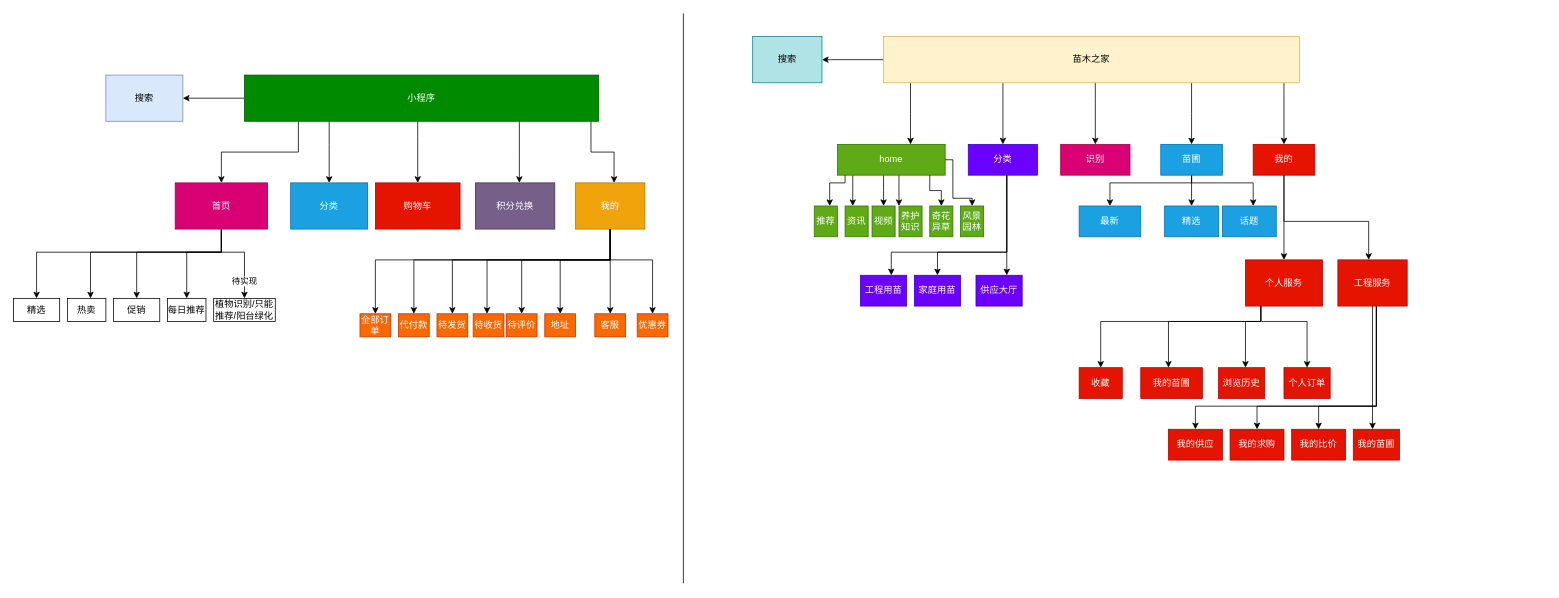
Above: 未命名绘图.drawio in kookwe/learn (draw.io), before the change. Source tidied: cells renumbered, new cells numbered last; positions are measured from the earlier drawing's top-left corner, leaving out a move shared by most shapes. Both pictures are drawn from the tidied source at 77%, with x=0, y=0 at pixel (13, 13).
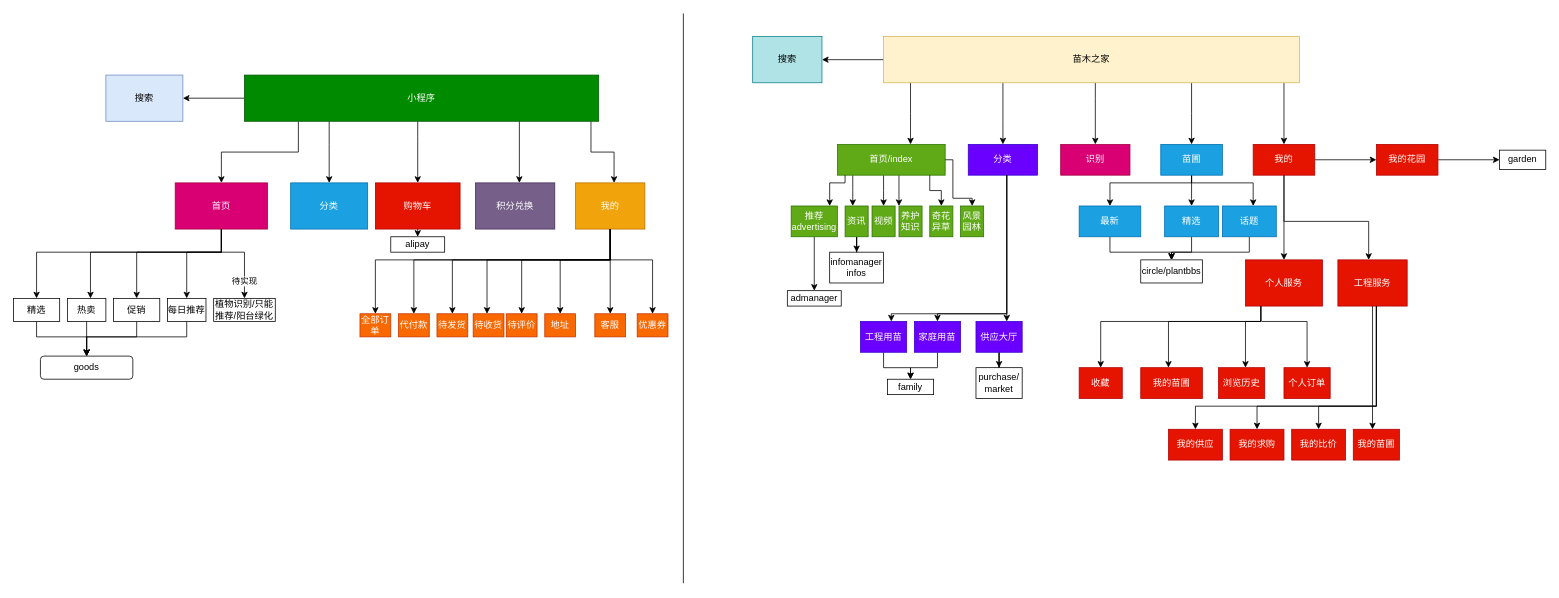
Above is the later version.

Unchanged cells that the change refers to:
```xml
<mxCell id="10" value="分类" style="rounded=0;whiteSpace=wrap;html=1;fillColor=#6a00ff;strokeColor=#3700CC;fontColor=#ffffff;" parent="1" vertex="1">
  <mxGeometry x="1240" y="170" width="90" height="40" as="geometry" />
</mxCell>
<mxCell id="16" value="精选" style="rounded=0;whiteSpace=wrap;html=1;fillColor=#1ba1e2;strokeColor=#006EAF;fontColor=#ffffff;" parent="1" vertex="1">
  <mxGeometry x="1495" y="250" width="70" height="40" as="geometry" />
</mxCell>
<mxCell id="18" value="我的" style="rounded=0;whiteSpace=wrap;html=1;fillColor=#e51400;strokeColor=#B20000;fontColor=#ffffff;" parent="1" vertex="1">
  <mxGeometry x="1610" y="170" width="80" height="40" as="geometry" />
</mxCell>
<mxCell id="26" value="资讯" style="rounded=0;whiteSpace=wrap;html=1;fillColor=#60a917;strokeColor=#2D7600;fontColor=#ffffff;" parent="1" vertex="1">
  <mxGeometry x="1080" y="250" width="30" height="40" as="geometry" />
</mxCell>
<mxCell id="38" value="最新" style="rounded=0;whiteSpace=wrap;html=1;fillColor=#1ba1e2;strokeColor=#006EAF;fontColor=#ffffff;" parent="1" vertex="1">
  <mxGeometry x="1384" y="250" width="80" height="40" as="geometry" />
</mxCell>
<mxCell id="39" value="话题" style="rounded=0;whiteSpace=wrap;html=1;fillColor=#1ba1e2;strokeColor=#006EAF;fontColor=#ffffff;" parent="1" vertex="1">
  <mxGeometry x="1570" y="250" width="70" height="40" as="geometry" />
</mxCell>
<mxCell id="67" value="购物车" style="rounded=0;whiteSpace=wrap;html=1;fillColor=#e51400;strokeColor=#B20000;fontColor=#ffffff;" parent="1" vertex="1">
  <mxGeometry x="470" y="220" width="110" height="60" as="geometry" />
</mxCell>
<mxCell id="79" value="每日推荐" style="rounded=0;whiteSpace=wrap;html=1;" parent="1" vertex="1">
  <mxGeometry x="200" y="370" width="50" height="30" as="geometry" />
</mxCell>
<mxCell id="82" value="精选" style="rounded=0;whiteSpace=wrap;html=1;" parent="1" vertex="1">
  <mxGeometry y="370" width="60" height="30" as="geometry" />
</mxCell>
<mxCell id="83" value="热卖" style="rounded=0;whiteSpace=wrap;html=1;" parent="1" vertex="1">
  <mxGeometry x="70" y="370" width="50" height="30" as="geometry" />
</mxCell>
<mxCell id="84" value="促销" style="rounded=0;whiteSpace=wrap;html=1;" parent="1" vertex="1">
  <mxGeometry x="130" y="370" width="60" height="30" as="geometry" />
</mxCell>
```

The edit, as a diff of the source:
```diff
@@
+    <mxCell id="100" style="edgeStyle=orthogonalEdgeStyle;rounded=0;jettySize=auto;html=1;" parent="1" edge="1" source="11" target="101">
+      <mxGeometry relative="1" as="geometry" />
+    </mxCell>
     <mxCell id="11" value="工程用苗" style="rounded=0;whiteSpace=wrap;html=1;fillColor=#6a00ff;strokeColor=#3700CC;fontColor=#ffffff;" parent="1" vertex="1">
-      <mxGeometry x="1100" y="340" width="60" height="40" as="geometry" />
+      <mxGeometry x="1100" y="400" width="60" height="40" as="geometry" />
     </mxCell>
+    <mxCell id="101" value="family" style="rounded=0;whiteSpace=wrap;html=1;fillColor=none;" parent="1" vertex="1">
+      <mxGeometry x="1135" y="475" width="60" height="20" as="geometry" />
+    </mxCell>
@@
+    <mxCell id="102" style="edgeStyle=orthogonalEdgeStyle;rounded=0;jettySize=auto;html=1;" parent="1" edge="1" source="16" target="115">
+      <mxGeometry relative="1" as="geometry" />
+    </mxCell>
@@
+    <mxCell id="103" style="edgeStyle=orthogonalEdgeStyle;rounded=0;jettySize=auto;html=1;" parent="1" edge="1" source="18" target="105">
+      <mxGeometry relative="1" as="geometry" />
+    </mxCell>
@@
+    <mxCell id="104" style="edgeStyle=orthogonalEdgeStyle;rounded=0;jettySize=auto;html=1;" parent="1" edge="1" source="105" target="106">
+      <mxGeometry relative="1" as="geometry" />
+    </mxCell>
+    <mxCell id="105" value="我的花园" style="rounded=0;whiteSpace=wrap;html=1;fillColor=#e51400;strokeColor=#B20000;fontColor=#ffffff;" parent="1" vertex="1">
+      <mxGeometry x="1770" y="170" width="80" height="40" as="geometry" />
+    </mxCell>
+    <mxCell id="106" value="garden" style="rounded=0;whiteSpace=wrap;html=1;fillColor=none;" parent="1" vertex="1">
+      <mxGeometry x="1930" y="177.5" width="60" height="25" as="geometry" />
+    </mxCell>
@@
-    <mxCell id="22" value="home" style="rounded=0;whiteSpace=wrap;html=1;fillColor=#60a917;strokeColor=#2D7600;fontColor=#ffffff;" parent="1" vertex="1">
+    <mxCell id="22" value="首页/index" style="rounded=0;whiteSpace=wrap;html=1;fillColor=#60a917;strokeColor=#2D7600;fontColor=#ffffff;" parent="1" vertex="1">
       <mxGeometry x="1070" y="170" width="140" height="40" as="geometry" />
     </mxCell>
+    <mxCell id="107" style="edgeStyle=orthogonalEdgeStyle;rounded=0;jettySize=auto;html=1;" parent="1" edge="1" source="23" target="108">
+      <mxGeometry relative="1" as="geometry" />
+    </mxCell>
-    <mxCell id="23" value="推荐" style="rounded=0;whiteSpace=wrap;html=1;fillColor=#60a917;strokeColor=#2D7600;fontColor=#ffffff;" parent="1" vertex="1">
-      <mxGeometry x="1040" y="250" width="30" height="40" as="geometry" />
+    <mxCell id="23" value="推荐&lt;br&gt;advertising" style="rounded=0;whiteSpace=wrap;html=1;fillColor=#60a917;strokeColor=#2D7600;fontColor=#ffffff;" parent="1" vertex="1">
+      <mxGeometry x="1010" y="250" width="60" height="40" as="geometry" />
     </mxCell>
+    <mxCell id="108" value="admanager" style="rounded=0;whiteSpace=wrap;html=1;fillColor=none;" parent="1" vertex="1">
+      <mxGeometry x="1005" y="360" width="70" height="20" as="geometry" />
+    </mxCell>
@@
+    <mxCell id="109" style="edgeStyle=orthogonalEdgeStyle;rounded=0;jettySize=auto;html=1;" parent="1" edge="1" source="26" target="110">
+      <mxGeometry relative="1" as="geometry" />
+    </mxCell>
@@
+    <mxCell id="110" value="infomanager&lt;br&gt;infos" style="rounded=0;whiteSpace=wrap;html=1;fillColor=none;" parent="1" vertex="1">
+      <mxGeometry x="1060" y="310" width="70" height="40" as="geometry" />
+    </mxCell>
@@
     <mxCell id="33" style="edgeStyle=orthogonalEdgeStyle;rounded=0;jettySize=auto;html=1;" parent="1" edge="1" source="10" target="11">
       <mxGeometry relative="1" as="geometry">
         <Array as="points">
-          <mxPoint x="1290" y="310" />
-          <mxPoint x="1140" y="310" />
+          <mxPoint x="1290" y="390" />
+          <mxPoint x="1140" y="390" />
         </Array>
       </mxGeometry>
     </mxCell>
     <mxCell id="34" style="edgeStyle=orthogonalEdgeStyle;rounded=0;jettySize=auto;html=1;" parent="1" edge="1" source="10" target="35">
       <mxGeometry relative="1" as="geometry">
         <Array as="points">
-          <mxPoint x="1290" y="310" />
-          <mxPoint x="1200" y="310" />
+          <mxPoint x="1290" y="390" />
+          <mxPoint x="1200" y="390" />
         </Array>
       </mxGeometry>
     </mxCell>
+    <mxCell id="111" style="edgeStyle=orthogonalEdgeStyle;rounded=0;jettySize=auto;html=1;" parent="1" edge="1" source="35" target="101">
+      <mxGeometry relative="1" as="geometry" />
+    </mxCell>
     <mxCell id="35" value="家庭用苗" style="rounded=0;whiteSpace=wrap;html=1;fillColor=#6a00ff;strokeColor=#3700CC;fontColor=#ffffff;" parent="1" vertex="1">
-      <mxGeometry x="1170" y="340" width="60" height="40" as="geometry" />
+      <mxGeometry x="1170" y="400" width="60" height="40" as="geometry" />
     </mxCell>
+    <mxCell id="112" style="edgeStyle=orthogonalEdgeStyle;rounded=0;jettySize=auto;html=1;" parent="1" edge="1" source="36" target="113">
+      <mxGeometry relative="1" as="geometry" />
+    </mxCell>
     <mxCell id="36" value="供应大厅" style="rounded=0;whiteSpace=wrap;html=1;fillColor=#6a00ff;strokeColor=#3700CC;fontColor=#ffffff;" parent="1" vertex="1">
-      <mxGeometry x="1250" y="340" width="60" height="40" as="geometry" />
+      <mxGeometry x="1250" y="400" width="60" height="40" as="geometry" />
     </mxCell>
+    <mxCell id="113" value="purchase/&lt;br&gt;market" style="rounded=0;whiteSpace=wrap;html=1;fillColor=none;" parent="1" vertex="1">
+      <mxGeometry x="1250" y="460" width="60" height="40" as="geometry" />
+    </mxCell>
@@
+    <mxCell id="114" style="edgeStyle=orthogonalEdgeStyle;rounded=0;jettySize=auto;html=1;" parent="1" edge="1" source="38" target="115">
+      <mxGeometry relative="1" as="geometry">
+        <Array as="points">
+          <mxPoint x="1424" y="310" />
+          <mxPoint x="1504" y="310" />
+        </Array>
+      </mxGeometry>
+    </mxCell>
@@
+    <mxCell id="115" value="circle/plantbbs" style="rounded=0;whiteSpace=wrap;html=1;fillColor=none;" parent="1" vertex="1">
+      <mxGeometry x="1464" y="320" width="80" height="30" as="geometry" />
+    </mxCell>
+    <mxCell id="116" style="edgeStyle=orthogonalEdgeStyle;rounded=0;jettySize=auto;html=1;" parent="1" edge="1" source="39" target="115">
+      <mxGeometry relative="1" as="geometry">
+        <Array as="points">
+          <mxPoint x="1605" y="310" />
+          <mxPoint x="1504" y="310" />
+        </Array>
+      </mxGeometry>
+    </mxCell>
@@
+    <mxCell id="117" style="edgeStyle=orthogonalEdgeStyle;rounded=0;jettySize=auto;html=1;" parent="1" edge="1" source="67" target="118">
+      <mxGeometry relative="1" as="geometry">
+        <Array as="points">
+          <mxPoint x="525" y="290" />
+          <mxPoint x="525" y="290" />
+        </Array>
+      </mxGeometry>
+    </mxCell>
@@
+    <mxCell id="118" value="alipay" style="rounded=0;whiteSpace=wrap;html=1;fillColor=none;" parent="1" vertex="1">
+      <mxGeometry x="490" y="290" width="70" height="20" as="geometry" />
+    </mxCell>
@@
+    <mxCell id="119" style="edgeStyle=orthogonalEdgeStyle;rounded=0;jettySize=auto;html=1;" parent="1" edge="1" source="79" target="123">
+      <mxGeometry relative="1" as="geometry">
+        <Array as="points">
+          <mxPoint x="225" y="420" />
+          <mxPoint x="95" y="420" />
+        </Array>
+      </mxGeometry>
+    </mxCell>
@@
+    <mxCell id="120" style="edgeStyle=orthogonalEdgeStyle;rounded=0;jettySize=auto;html=1;" parent="1" edge="1" source="82" target="123">
+      <mxGeometry relative="1" as="geometry">
+        <Array as="points">
+          <mxPoint x="30" y="420" />
+          <mxPoint x="95" y="420" />
+        </Array>
+      </mxGeometry>
+    </mxCell>
@@
+    <mxCell id="121" style="edgeStyle=orthogonalEdgeStyle;rounded=0;jettySize=auto;html=1;" parent="1" edge="1" source="83" target="123">
+      <mxGeometry relative="1" as="geometry">
+        <Array as="points">
+          <mxPoint x="95" y="470" />
+          <mxPoint x="95" y="470" />
+        </Array>
+      </mxGeometry>
+    </mxCell>
@@
+    <mxCell id="122" style="edgeStyle=orthogonalEdgeStyle;rounded=0;jettySize=auto;html=1;" parent="1" edge="1" source="84" target="123">
+      <mxGeometry relative="1" as="geometry">
+        <Array as="points">
+          <mxPoint x="160" y="420" />
+          <mxPoint x="95" y="420" />
+        </Array>
+      </mxGeometry>
+    </mxCell>
@@
+    <mxCell id="123" value="goods" style="rounded=1;whiteSpace=wrap;html=1;" parent="1" vertex="1">
+      <mxGeometry x="35" y="445" width="120" height="30" as="geometry" />
+    </mxCell>
```
